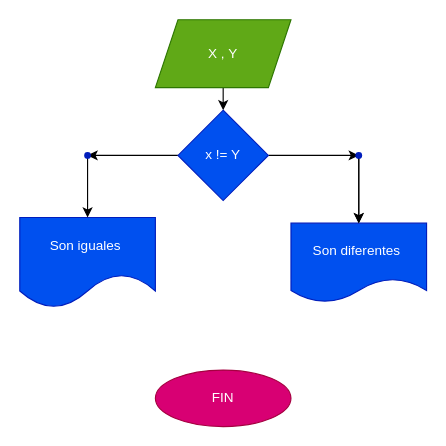
Earlier version of the draw.io diagram diagrama.drawio (n4ncc744/Numeros_enteros). Source tidied: cells renumbered, new cells numbered last; positions are measured from the earlier drawing's top-left corner, leaving out a move shared by most shapes. Both pictures are drawn from the tidied source at 113%, with x=0, y=0 at pixel (19, 19).
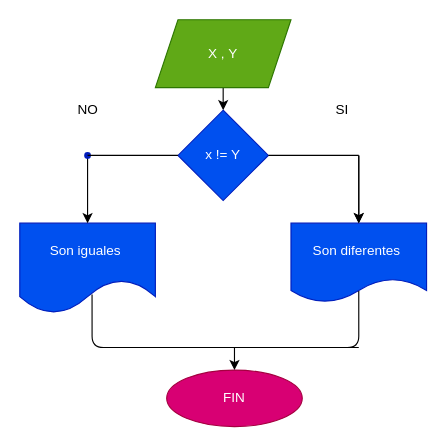
After the change.

Commit message (it also covers changes not shown here):
Anadiendo la imágen del diagrama

The change refers to these unchanged cells:
```xml
<mxCell id="6" value="x != Y" style="rhombus;whiteSpace=wrap;html=1;fillColor=#0050ef;fontColor=#ffffff;strokeColor=#001DBC;" parent="1" vertex="1">
  <mxGeometry x="140" y="80" width="80" height="80" as="geometry" />
</mxCell>
<mxCell id="13" style="shape=waypoint;sketch=0;size=6;points=[];fillColor=#0050ef;perimeter=centerPerimeter;snapToPoint=1;strokeColor=#001DBC;fontColor=#ffffff;" parent="1" vertex="1">
  <mxGeometry x="40" y="100" width="40" height="40" as="geometry" />
</mxCell>
```

The edit, as a diff of the source:
```diff
@@
-    <mxCell id="4" style="edgeStyle=none;html=1;entryX=0.6;entryY=1.1;entryDx=0;entryDy=0;entryPerimeter=0;" parent="1" edge="1" source="6" target="11">
-      <mxGeometry relative="1" as="geometry" />
-    </mxCell>
-    <mxCell id="5" style="edgeStyle=none;html=1;" parent="1" edge="1" source="6" target="13">
-      <mxGeometry relative="1" as="geometry" />
-    </mxCell>
@@
     <mxCell id="7" value="Son iguales&amp;nbsp;" style="shape=document;whiteSpace=wrap;html=1;boundedLbl=1;direction=east;size=0.375;fillColor=#0050ef;fontColor=#ffffff;strokeColor=#001DBC;" parent="1" vertex="1">
-      <mxGeometry y="175" width="120" height="80" as="geometry" />
+      <mxGeometry y="180" width="120" height="80" as="geometry" />
     </mxCell>
@@
-    <mxCell id="11" style="shape=waypoint;sketch=0;size=6;points=[];fillColor=#0050ef;perimeter=centerPerimeter;snapToPoint=1;strokeColor=#001DBC;fontColor=#ffffff;" parent="1" vertex="1">
+    <mxCell id="11" style="shape=waypoint;sketch=0;size=6;points=[];fillColor=#0050ef;perimeter=centerPerimeter;snapToPoint=1;strokeColor=none;fontColor=#ffffff;" parent="1" vertex="1">
       <mxGeometry x="280" y="100" width="40" height="40" as="geometry" />
     </mxCell>
@@
     <mxCell id="14" value="FIN" style="ellipse;whiteSpace=wrap;html=1;fillColor=#d80073;fontColor=#ffffff;strokeColor=#A50040;" parent="1" vertex="1">
-      <mxGeometry x="120" y="310" width="120" height="50" as="geometry" />
+      <mxGeometry x="130" y="310" width="120" height="50" as="geometry" />
     </mxCell>
+    <mxCell id="15" style="endArrow=none;html=1;exitX=0.35;exitY=0.475;exitDx=0;exitDy=0;exitPerimeter=0;" parent="1" edge="1" source="13" target="6">
+      <mxGeometry relative="1" as="geometry" />
+    </mxCell>
+    <mxCell id="16" style="endArrow=none;html=1;" parent="1" edge="1">
+      <mxGeometry relative="1" as="geometry">
+        <mxPoint x="220" y="120" as="sourcePoint" />
+        <mxPoint x="300" y="120" as="targetPoint" />
+      </mxGeometry>
+    </mxCell>
+    <mxCell id="17" style="endArrow=none;html=1;entryX=0.533;entryY=0.788;entryDx=0;entryDy=0;entryPerimeter=0;" parent="1" edge="1" target="7">
+      <mxGeometry relative="1" as="geometry">
+        <mxPoint x="300" y="290" as="sourcePoint" />
+        <Array as="points">
+          <mxPoint x="64" y="290" />
+        </Array>
+      </mxGeometry>
+    </mxCell>
+    <mxCell id="18" style="endArrow=none;html=1;" parent="1" edge="1">
+      <mxGeometry relative="1" as="geometry">
+        <mxPoint x="180" y="290" as="sourcePoint" />
+        <mxPoint x="300" y="240" as="targetPoint" />
+        <Array as="points">
+          <mxPoint x="300" y="290" />
+        </Array>
+      </mxGeometry>
+    </mxCell>
+    <mxCell id="19" style="endArrow=classic;html=1;" parent="1" edge="1" target="14">
+      <mxGeometry relative="1" as="geometry">
+        <mxPoint x="190" y="290" as="sourcePoint" />
+      </mxGeometry>
+    </mxCell>
+    <mxCell id="20" value="NO" style="text;html=1;align=center;verticalAlign=middle;strokeColor=none;fillColor=none;" parent="1" vertex="1">
+      <mxGeometry x="45" y="70" width="30" height="20" as="geometry" />
+    </mxCell>
+    <mxCell id="21" value="SI" style="text;html=1;align=center;verticalAlign=middle;strokeColor=none;fillColor=none;" parent="1" vertex="1">
+      <mxGeometry x="270" y="70" width="30" height="20" as="geometry" />
+    </mxCell>
```
